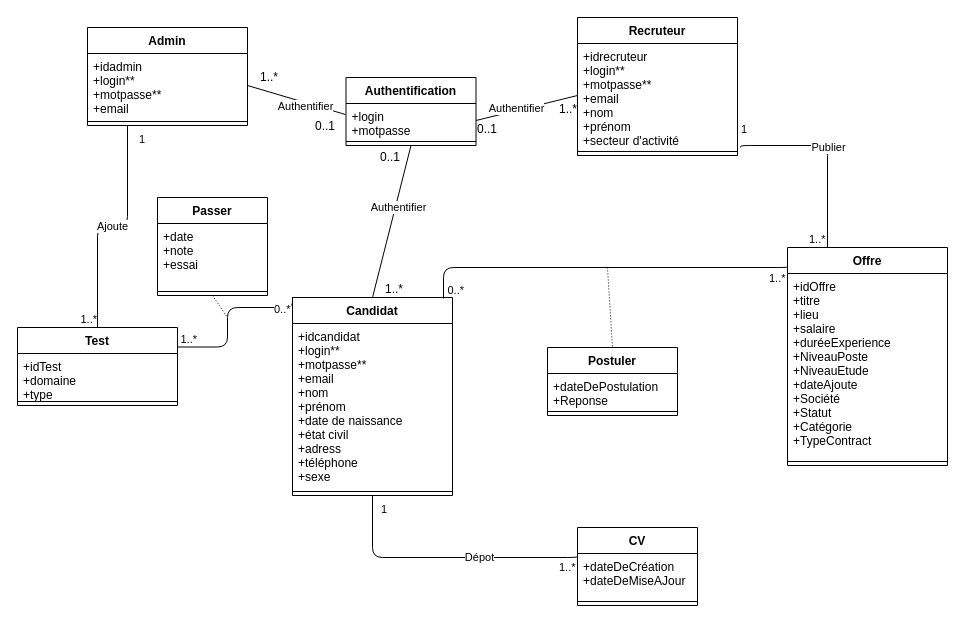
Before: page "DigClass" (4 of 4) of Untitled Diagram.drawio in PFA-2021/PFA-app, a draw.io diagram. Source tidied: cells renumbered, new cells numbered last; positions are measured from the earlier drawing's top-left corner, leaving out a move shared by most shapes. Both pictures are drawn from the tidied source at 100%, with x=0, y=0 at pixel (17, 17).
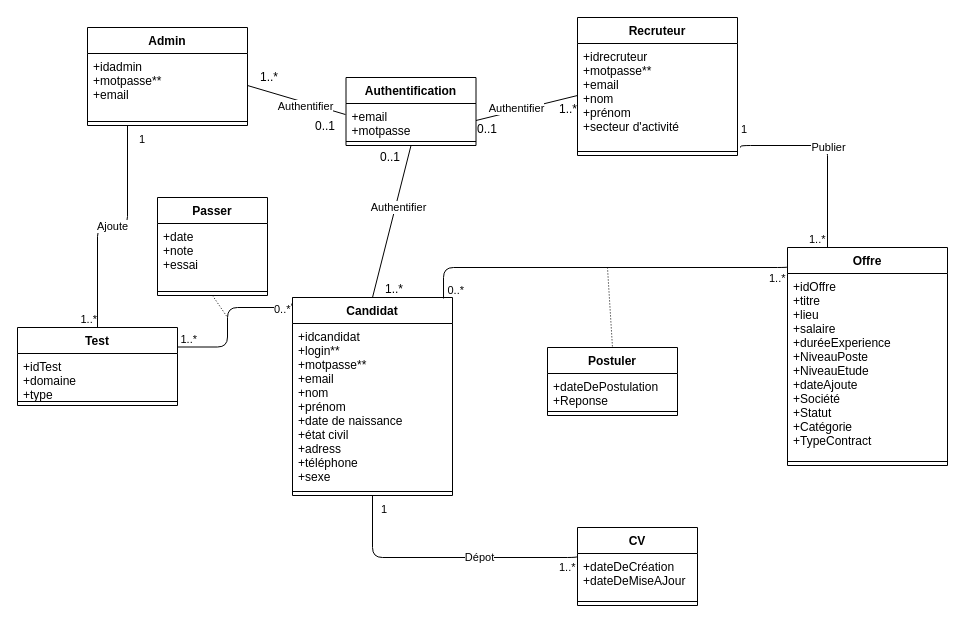
After the change.

The change refers to these unchanged cells:
```xml
<mxCell id="2" value="Admin&#10;" style="swimlane;fontStyle=1;align=center;verticalAlign=top;horizontal=1;startSize=26;" parent="1" vertex="1">
  <mxGeometry x="70" y="10" width="160" height="98" as="geometry" />
</mxCell>
<mxCell id="21" value="Recruteur" style="swimlane;fontStyle=1;align=center;verticalAlign=top;horizontal=1;startSize=26;" parent="1" vertex="1">
  <mxGeometry x="560" width="160" height="138" as="geometry" />
</mxCell>
<mxCell id="24" value="Authentification" style="swimlane;fontStyle=1;align=center;verticalAlign=top;horizontal=1;startSize=26;" parent="1" vertex="1">
  <mxGeometry x="328.5" y="60" width="130" height="68" as="geometry" />
</mxCell>
```

Change to the diagram source:
```diff
@@
-    <mxCell id="3" value="+idadmin&#10;+login**&#10;+motpasse**&#10;+email" style="text;strokeColor=none;fillColor=none;align=left;verticalAlign=top;spacingLeft=4;spacingRight=4;overflow=hidden;points=[[0,0.5],[1,0.5]];portConstraint=eastwest;" parent="2" vertex="1">
+    <mxCell id="3" value="+idadmin&#10;+motpasse**&#10;+email" style="text;strokeColor=none;fillColor=none;align=left;verticalAlign=top;spacingLeft=4;spacingRight=4;overflow=hidden;points=[[0,0.5],[1,0.5]];portConstraint=eastwest;" parent="2" vertex="1">
       <mxGeometry y="26" width="160" height="64" as="geometry" />
     </mxCell>
@@
-    <mxCell id="22" value="+idrecruteur&#10;+login**&#10;+motpasse**&#10;+email&#10;+nom&#10;+prénom&#10;+secteur d'activité" style="text;strokeColor=none;fillColor=none;align=left;verticalAlign=top;spacingLeft=4;spacingRight=4;overflow=hidden;points=[[0,0.5],[1,0.5]];portConstraint=eastwest;" parent="21" vertex="1">
+    <mxCell id="22" value="+idrecruteur&#10;+motpasse**&#10;+email&#10;+nom&#10;+prénom&#10;+secteur d'activité" style="text;strokeColor=none;fillColor=none;align=left;verticalAlign=top;spacingLeft=4;spacingRight=4;overflow=hidden;points=[[0,0.5],[1,0.5]];portConstraint=eastwest;" parent="21" vertex="1">
       <mxGeometry y="26" width="160" height="104" as="geometry" />
     </mxCell>
@@
-    <mxCell id="25" value="+login&#10;+motpasse" style="text;strokeColor=none;fillColor=none;align=left;verticalAlign=top;spacingLeft=4;spacingRight=4;overflow=hidden;points=[[0,0.5],[1,0.5]];portConstraint=eastwest;" parent="24" vertex="1">
+    <mxCell id="25" value="+email&#10;+motpasse" style="text;strokeColor=none;fillColor=none;align=left;verticalAlign=top;spacingLeft=4;spacingRight=4;overflow=hidden;points=[[0,0.5],[1,0.5]];portConstraint=eastwest;" parent="24" vertex="1">
       <mxGeometry y="26" width="130" height="34" as="geometry" />
     </mxCell>
```
